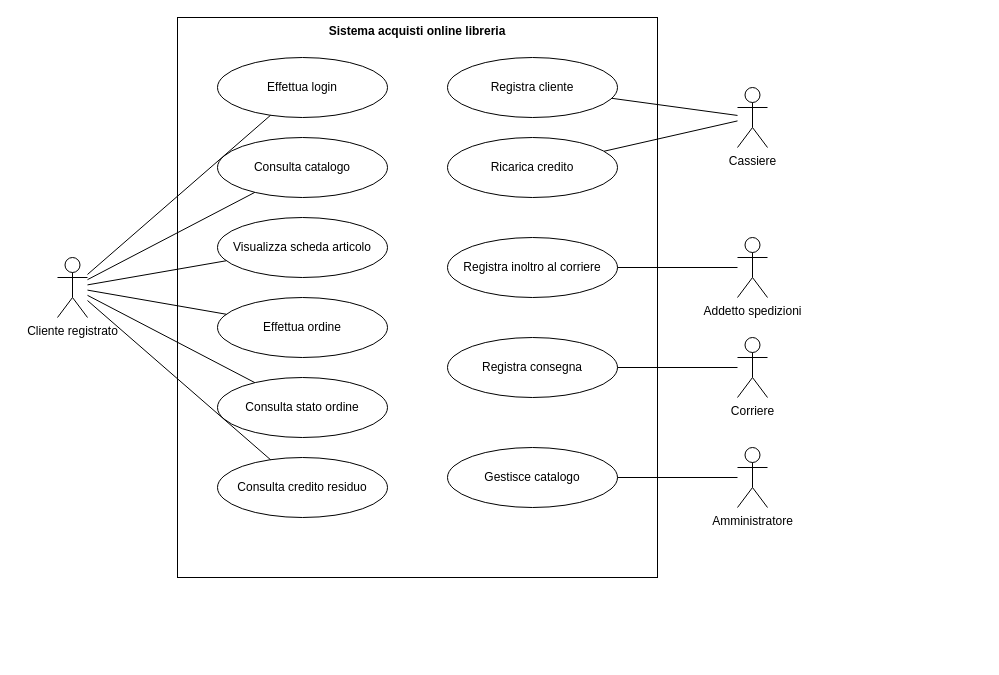
Before: uml/Es8.drawio in diegoaldighieri/UML-casi-pratici, a draw.io diagram. Source tidied: cells renumbered, new cells numbered last; positions are measured from the earlier drawing's top-left corner, leaving out a move shared by most shapes. Both pictures are drawn from the tidied source at 100%, with x=0, y=0 at pixel (57, 17).
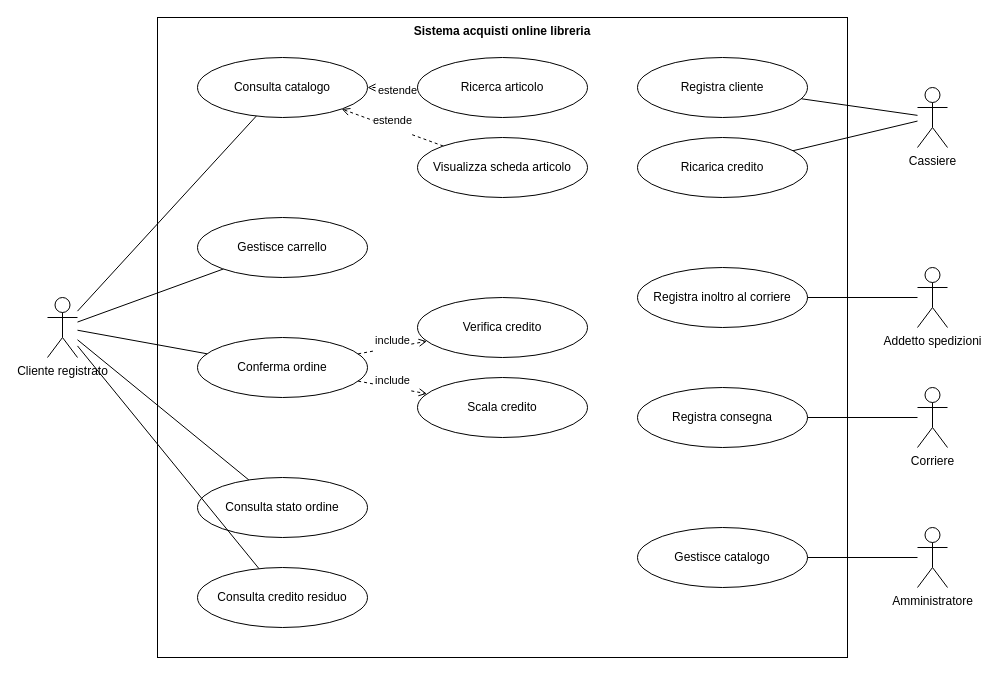
After the change.

Diff of the diagram source:
```diff
@@
     <mxCell id="2" value="Sistema acquisti online libreria" style="rounded=0;whiteSpace=wrap;html=1;verticalAlign=top;fontStyle=1;fillColor=none;" parent="1" vertex="1">
-      <mxGeometry x="120" width="480" height="560" as="geometry" />
+      <mxGeometry x="100" width="690" height="640" as="geometry" />
     </mxCell>
     <mxCell id="3" value="Cliente registrato" style="shape=umlActor;verticalLabelPosition=bottom;verticalAlign=top;html=1;outlineConnect=0;" parent="1" vertex="1">
-      <mxGeometry y="240" width="30" height="60" as="geometry" />
+      <mxGeometry x="-10" y="280" width="30" height="60" as="geometry" />
     </mxCell>
     <mxCell id="4" value="Cassiere" style="shape=umlActor;verticalLabelPosition=bottom;verticalAlign=top;html=1;outlineConnect=0;" parent="1" vertex="1">
-      <mxGeometry x="680" y="70" width="30" height="60" as="geometry" />
+      <mxGeometry x="860" y="70" width="30" height="60" as="geometry" />
     </mxCell>
     <mxCell id="5" value="Addetto spedizioni" style="shape=umlActor;verticalLabelPosition=bottom;verticalAlign=top;html=1;outlineConnect=0;" parent="1" vertex="1">
-      <mxGeometry x="680" y="220" width="30" height="60" as="geometry" />
+      <mxGeometry x="860" y="250" width="30" height="60" as="geometry" />
     </mxCell>
     <mxCell id="6" value="Corriere" style="shape=umlActor;verticalLabelPosition=bottom;verticalAlign=top;html=1;outlineConnect=0;" parent="1" vertex="1">
-      <mxGeometry x="680" y="320" width="30" height="60" as="geometry" />
+      <mxGeometry x="860" y="370" width="30" height="60" as="geometry" />
     </mxCell>
     <mxCell id="7" value="Amministratore" style="shape=umlActor;verticalLabelPosition=bottom;verticalAlign=top;html=1;outlineConnect=0;" parent="1" vertex="1">
-      <mxGeometry x="680" y="430" width="30" height="60" as="geometry" />
+      <mxGeometry x="860" y="510" width="30" height="60" as="geometry" />
     </mxCell>
-    <mxCell id="8" value="Effettua login" style="ellipse;whiteSpace=wrap;html=1;" parent="1" vertex="1">
-      <mxGeometry x="160" y="40" width="170" height="60" as="geometry" />
-    </mxCell>
     <mxCell id="9" value="Consulta catalogo" style="ellipse;whiteSpace=wrap;html=1;" parent="1" vertex="1">
-      <mxGeometry x="160" y="120" width="170" height="60" as="geometry" />
+      <mxGeometry x="140" y="40" width="170" height="60" as="geometry" />
     </mxCell>
-    <mxCell id="10" value="Visualizza scheda articolo" style="ellipse;whiteSpace=wrap;html=1;" parent="1" vertex="1">
-      <mxGeometry x="160" y="200" width="170" height="60" as="geometry" />
-    </mxCell>
+    <mxCell id="30" value="Gestisce carrello" style="ellipse;whiteSpace=wrap;html=1;" parent="1" vertex="1">
+      <mxGeometry x="140" y="200" width="170" height="60" as="geometry" />
+    </mxCell>
-    <mxCell id="11" value="Effettua ordine" style="ellipse;whiteSpace=wrap;html=1;" parent="1" vertex="1">
-      <mxGeometry x="160" y="280" width="170" height="60" as="geometry" />
+    <mxCell id="11" value="Conferma ordine" style="ellipse;whiteSpace=wrap;html=1;" parent="1" vertex="1">
+      <mxGeometry x="140" y="320" width="170" height="60" as="geometry" />
     </mxCell>
     <mxCell id="12" value="Consulta stato ordine" style="ellipse;whiteSpace=wrap;html=1;" parent="1" vertex="1">
-      <mxGeometry x="160" y="360" width="170" height="60" as="geometry" />
+      <mxGeometry x="140" y="460" width="170" height="60" as="geometry" />
     </mxCell>
     <mxCell id="13" value="Consulta credito residuo" style="ellipse;whiteSpace=wrap;html=1;" parent="1" vertex="1">
-      <mxGeometry x="160" y="440" width="170" height="60" as="geometry" />
+      <mxGeometry x="140" y="550" width="170" height="60" as="geometry" />
     </mxCell>
+    <mxCell id="31" value="Ricerca articolo" style="ellipse;whiteSpace=wrap;html=1;" parent="1" vertex="1">
+      <mxGeometry x="360" y="40" width="170" height="60" as="geometry" />
+    </mxCell>
+    <mxCell id="10" value="Visualizza scheda articolo" style="ellipse;whiteSpace=wrap;html=1;" parent="1" vertex="1">
+      <mxGeometry x="360" y="120" width="170" height="60" as="geometry" />
+    </mxCell>
+    <mxCell id="32" value="Verifica credito" style="ellipse;whiteSpace=wrap;html=1;" parent="1" vertex="1">
+      <mxGeometry x="360" y="280" width="170" height="60" as="geometry" />
+    </mxCell>
+    <mxCell id="33" value="Scala credito" style="ellipse;whiteSpace=wrap;html=1;" parent="1" vertex="1">
+      <mxGeometry x="360" y="360" width="170" height="60" as="geometry" />
+    </mxCell>
     <mxCell id="14" value="Registra cliente" style="ellipse;whiteSpace=wrap;html=1;" parent="1" vertex="1">
-      <mxGeometry x="390" y="40" width="170" height="60" as="geometry" />
+      <mxGeometry x="580" y="40" width="170" height="60" as="geometry" />
     </mxCell>
     <mxCell id="15" value="Ricarica credito" style="ellipse;whiteSpace=wrap;html=1;" parent="1" vertex="1">
-      <mxGeometry x="390" y="120" width="170" height="60" as="geometry" />
+      <mxGeometry x="580" y="120" width="170" height="60" as="geometry" />
     </mxCell>
     <mxCell id="16" value="Registra inoltro al corriere" style="ellipse;whiteSpace=wrap;html=1;" parent="1" vertex="1">
-      <mxGeometry x="390" y="220" width="170" height="60" as="geometry" />
+      <mxGeometry x="580" y="250" width="170" height="60" as="geometry" />
     </mxCell>
     <mxCell id="17" value="Registra consegna" style="ellipse;whiteSpace=wrap;html=1;" parent="1" vertex="1">
-      <mxGeometry x="390" y="320" width="170" height="60" as="geometry" />
+      <mxGeometry x="580" y="370" width="170" height="60" as="geometry" />
     </mxCell>
     <mxCell id="18" value="Gestisce catalogo" style="ellipse;whiteSpace=wrap;html=1;" parent="1" vertex="1">
-      <mxGeometry x="390" y="430" width="170" height="60" as="geometry" />
+      <mxGeometry x="580" y="510" width="170" height="60" as="geometry" />
     </mxCell>
-    <mxCell id="19" style="endArrow=none;html=1;" parent="1" edge="1" source="3" target="8">
+    <mxCell id="19" style="endArrow=none;html=1;" parent="1" edge="1" source="3" target="9">
       <mxGeometry relative="1" as="geometry" />
     </mxCell>
-    <mxCell id="20" style="endArrow=none;html=1;" parent="1" edge="1" source="3" target="9">
+    <mxCell id="20" style="endArrow=none;html=1;" parent="1" edge="1" source="3" target="30">
       <mxGeometry relative="1" as="geometry" />
     </mxCell>
-    <mxCell id="21" style="endArrow=none;html=1;" parent="1" edge="1" source="3" target="10">
+    <mxCell id="21" style="endArrow=none;html=1;" parent="1" edge="1" source="3" target="11">
       <mxGeometry relative="1" as="geometry" />
     </mxCell>
-    <mxCell id="22" style="endArrow=none;html=1;" parent="1" edge="1" source="3" target="11">
+    <mxCell id="22" style="endArrow=none;html=1;" parent="1" edge="1" source="3" target="12">
       <mxGeometry relative="1" as="geometry" />
     </mxCell>
-    <mxCell id="23" style="endArrow=none;html=1;" parent="1" edge="1" source="3" target="12">
+    <mxCell id="23" style="endArrow=none;html=1;" parent="1" edge="1" source="3" target="13">
       <mxGeometry relative="1" as="geometry" />
     </mxCell>
-    <mxCell id="24" style="endArrow=none;html=1;" parent="1" edge="1" source="3" target="13">
-      <mxGeometry relative="1" as="geometry" />
+    <mxCell id="24" value="estende&lt;div&gt;&lt;br&gt;&lt;/div&gt;" style="endArrow=open;endFill=0;dashed=1;html=1;" parent="1" edge="1" source="31" target="9">
+      <mxGeometry x="-0.2" y="10" relative="1" as="geometry" />
     </mxCell>
-    <mxCell id="25" style="endArrow=none;html=1;" parent="1" edge="1" source="4" target="14">
+    <mxCell id="25" value="estende&lt;div&gt;&lt;br&gt;&lt;/div&gt;" style="endArrow=open;endFill=0;dashed=1;html=1;" parent="1" edge="1" source="10" target="9">
       <mxGeometry relative="1" as="geometry" />
     </mxCell>
-    <mxCell id="26" style="endArrow=none;html=1;" parent="1" edge="1" source="4" target="15">
+    <mxCell id="26" value="include&lt;div&gt;&lt;br&gt;&lt;/div&gt;" style="endArrow=open;endFill=0;dashed=1;html=1;" parent="1" edge="1" source="11" target="32">
       <mxGeometry relative="1" as="geometry" />
     </mxCell>
-    <mxCell id="27" style="endArrow=none;html=1;" parent="1" edge="1" source="5" target="16">
+    <mxCell id="27" value="include&lt;div&gt;&lt;br&gt;&lt;/div&gt;" style="endArrow=open;endFill=0;dashed=1;html=1;" parent="1" edge="1" source="11" target="33">
       <mxGeometry relative="1" as="geometry" />
     </mxCell>
-    <mxCell id="28" style="endArrow=none;html=1;" parent="1" edge="1" source="6" target="17">
+    <mxCell id="28" style="endArrow=none;html=1;" parent="1" edge="1" source="4" target="14">
       <mxGeometry relative="1" as="geometry" />
     </mxCell>
-    <mxCell id="29" style="endArrow=none;html=1;" parent="1" edge="1" source="7" target="18">
+    <mxCell id="29" style="endArrow=none;html=1;" parent="1" edge="1" source="4" target="15">
       <mxGeometry relative="1" as="geometry" />
     </mxCell>
+    <mxCell id="34" style="endArrow=none;html=1;" parent="1" edge="1" source="5" target="16">
+      <mxGeometry relative="1" as="geometry" />
+    </mxCell>
+    <mxCell id="35" style="endArrow=none;html=1;" parent="1" edge="1" source="6" target="17">
+      <mxGeometry relative="1" as="geometry" />
+    </mxCell>
+    <mxCell id="36" style="endArrow=none;html=1;" parent="1" edge="1" source="7" target="18">
+      <mxGeometry relative="1" as="geometry" />
+    </mxCell>
```
